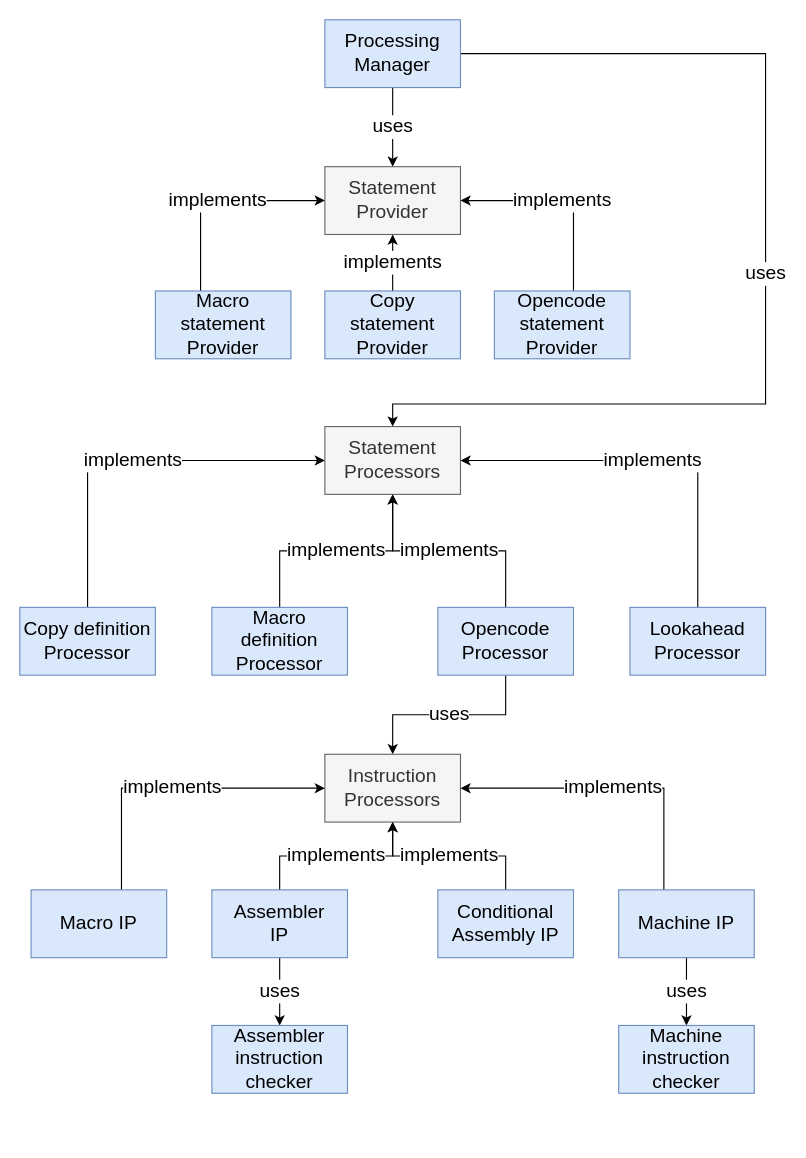
Above: documentation/img/processing_manager_arch.drawio in michalbali256/HlasmPlugin-docs (draw.io), before the change. Source tidied: cells renumbered, new cells numbered last; positions are measured from the earlier drawing's top-left corner, leaving out a move shared by most shapes. Both pictures are drawn from the tidied source at 113%, with x=0, y=0 at pixel (19, 19).
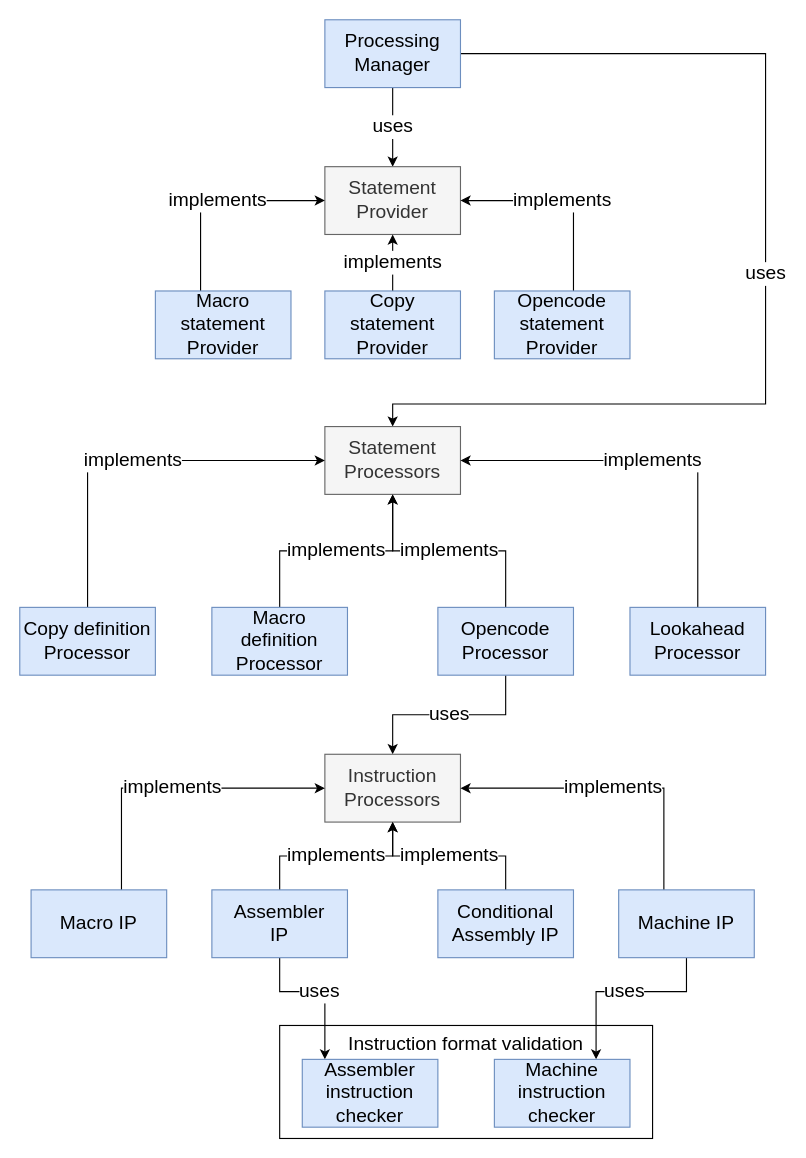
The same page after the edit.

The change refers to these unchanged cells:
```xml
<mxCell id="25" value="Machine IP" style="rounded=0;whiteSpace=wrap;html=1;fontSize=17;fillColor=#dae8fc;strokeColor=#6c8ebf;" parent="1" vertex="1">
  <mxGeometry x="530" y="770" width="120" height="60" as="geometry" />
</mxCell>
<mxCell id="29" value="Assembler &lt;br&gt;IP" style="rounded=0;whiteSpace=wrap;html=1;fontSize=17;fillColor=#dae8fc;strokeColor=#6c8ebf;" parent="1" vertex="1">
  <mxGeometry x="170" y="770" width="120" height="60" as="geometry" />
</mxCell>
```

Change to the diagram source:
```diff
@@
+    <mxCell id="35" value="Instruction format validation" style="rounded=0;whiteSpace=wrap;html=1;labelPosition=center;verticalLabelPosition=middle;align=center;verticalAlign=top;fontSize=17;" parent="1" vertex="1">
+      <mxGeometry x="230" y="890" width="330" height="100" as="geometry" />
+    </mxCell>
@@
     <mxCell id="24" value="uses" style="edgeStyle=orthogonalEdgeStyle;rounded=0;jettySize=auto;html=1;fontSize=17;" parent="1" edge="1" source="25" target="26">
-      <mxGeometry relative="1" as="geometry" />
+      <mxGeometry relative="1" as="geometry">
+        <Array as="points">
+          <mxPoint x="590" y="860" />
+          <mxPoint x="510" y="860" />
+        </Array>
+      </mxGeometry>
     </mxCell>
@@
     <mxCell id="26" value="Machine instruction checker" style="rounded=0;whiteSpace=wrap;html=1;fontSize=17;fillColor=#dae8fc;strokeColor=#6c8ebf;" parent="1" vertex="1">
-      <mxGeometry x="530" y="890" width="120" height="60" as="geometry" />
+      <mxGeometry x="420" y="920" width="120" height="60" as="geometry" />
     </mxCell>
@@
     <mxCell id="28" value="uses" style="edgeStyle=orthogonalEdgeStyle;rounded=0;jettySize=auto;html=1;fontSize=17;" parent="1" edge="1" source="29" target="30">
-      <mxGeometry relative="1" as="geometry" />
+      <mxGeometry relative="1" as="geometry">
+        <Array as="points">
+          <mxPoint x="230" y="860" />
+          <mxPoint x="270" y="860" />
+        </Array>
+      </mxGeometry>
     </mxCell>
@@
     <mxCell id="30" value="Assembler instruction checker" style="rounded=0;whiteSpace=wrap;html=1;fontSize=17;fillColor=#dae8fc;strokeColor=#6c8ebf;" parent="1" vertex="1">
-      <mxGeometry x="170" y="890" width="120" height="60" as="geometry" />
+      <mxGeometry x="250" y="920" width="120" height="60" as="geometry" />
     </mxCell>
```
